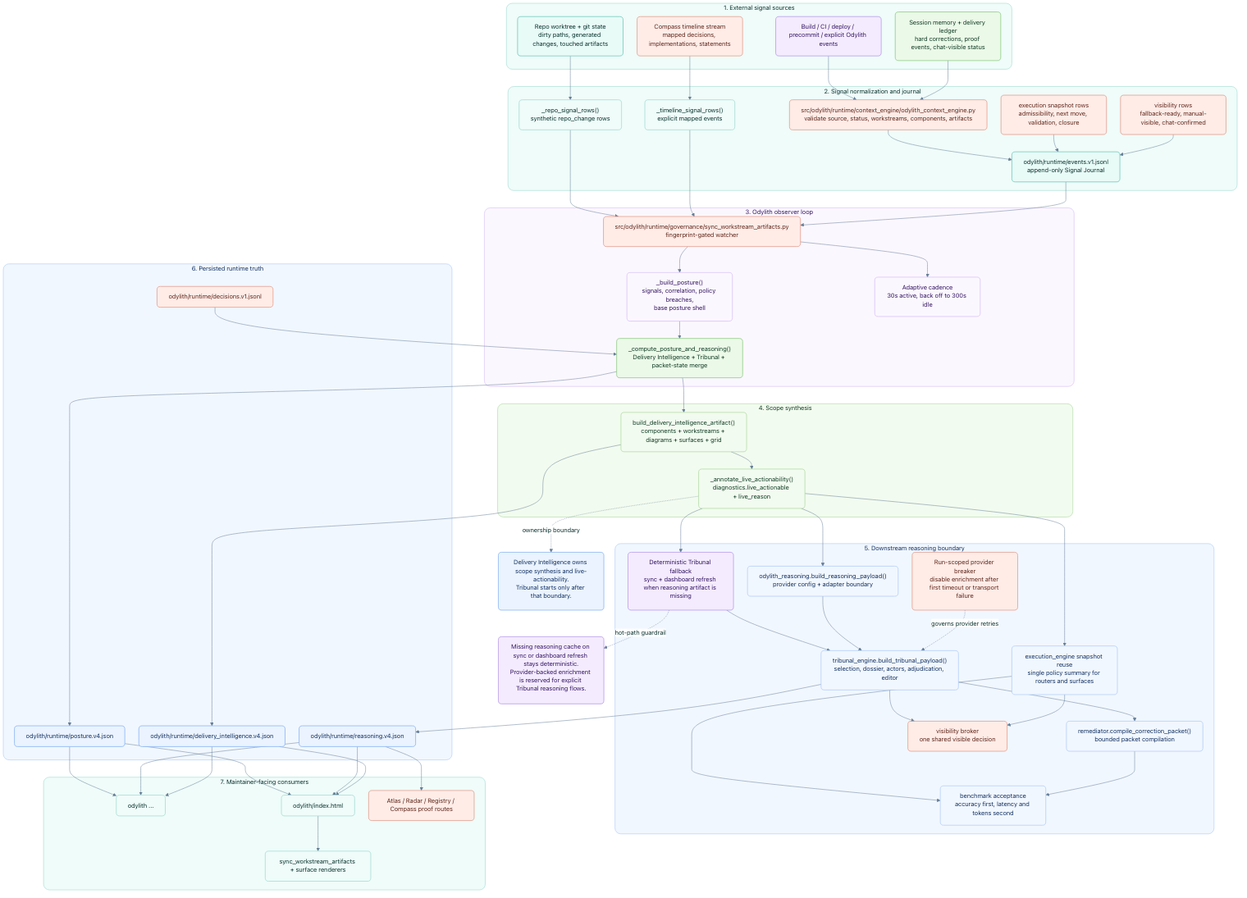
Before: odylith/atlas/source/odylith-delivery-intelligence-signal-journal-and-observer-pipeline.png, a diagram exported from Mermaid (odylith/odylith). Its source is kept beside it as odylith/atlas/source/odylith-delivery-intelligence-signal-journal-and-observer-pipeline.mmd.
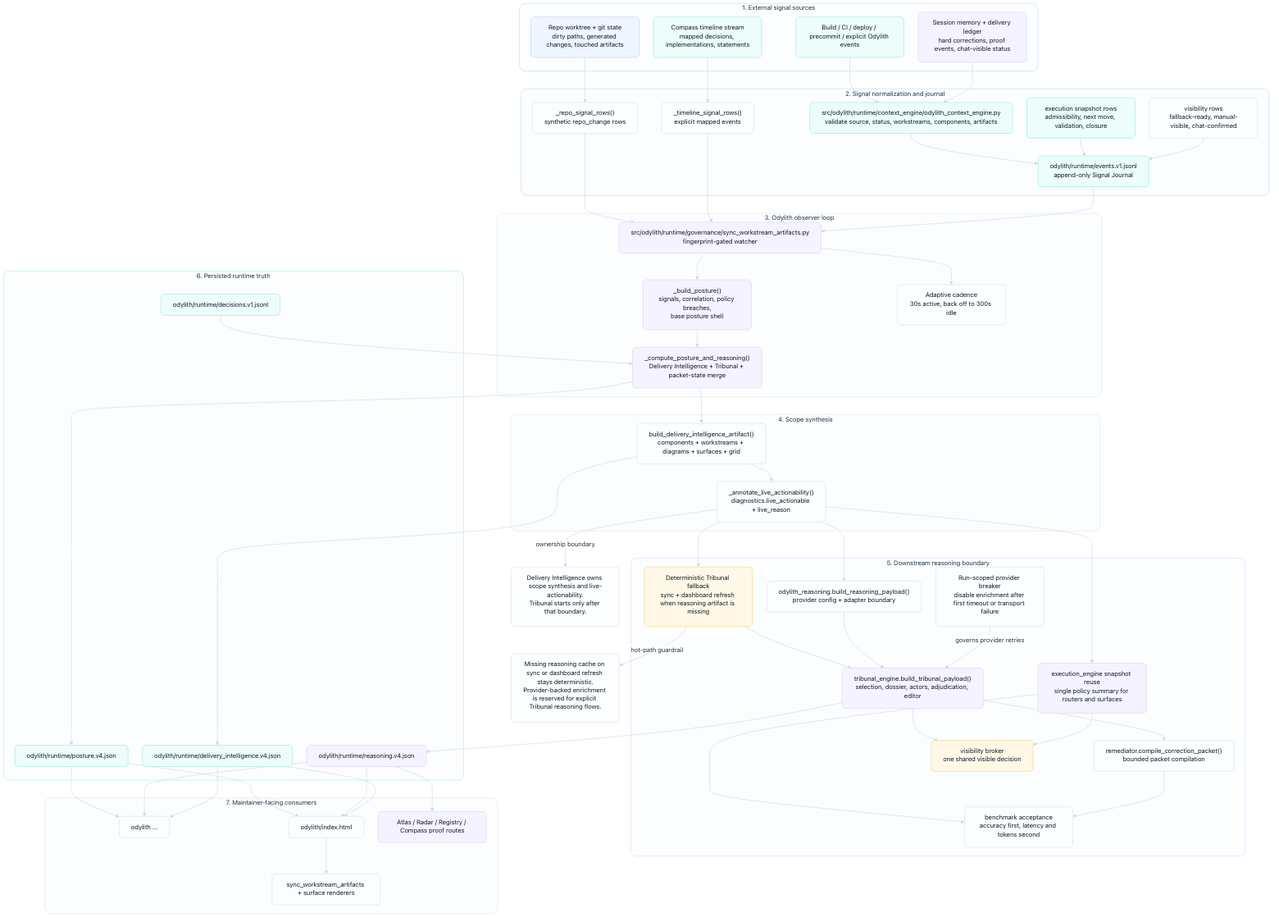
The same diagram one commit later.

Diff of the diagram source:
```diff
@@ -100,4 +100,4 @@
   Live -. ownership boundary .-> NoteA
   Fallback -. hot-path guardrail .-> NoteB
 
-  classDef note fill:#eaf3ff,stroke:#77a9ef,color:#102f5f;
+  classDef note fill:#FBFDFF,stroke:#D8E5F4,color:#132033;
```
